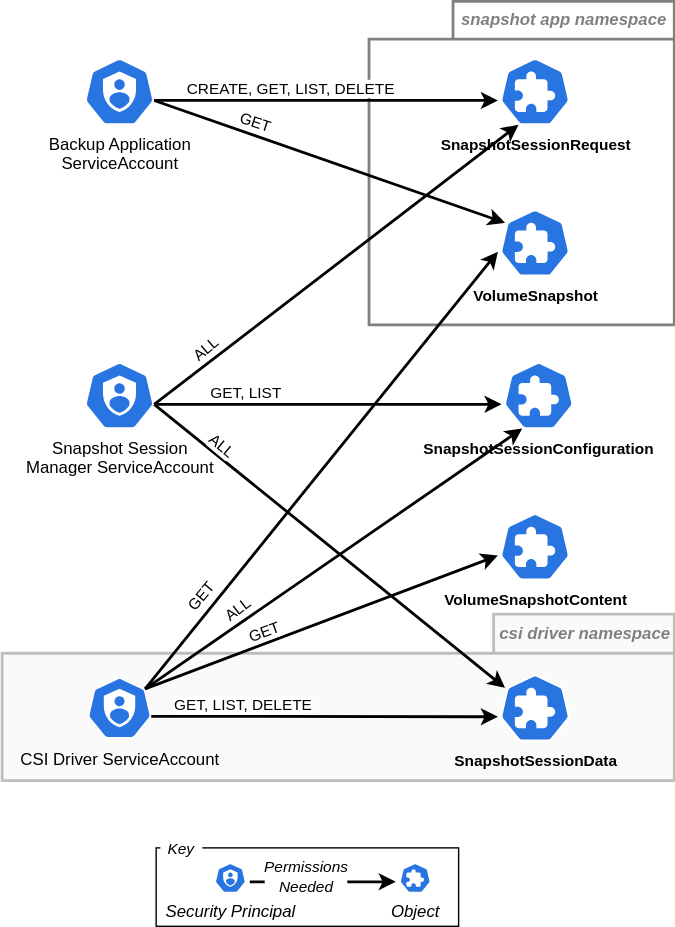
Earlier version of the draw.io export keps/sig-storage/3314-csi-changed-block-tracking/perms.drawio.svg (kubernetes/enhancements). Source tidied: cells renumbered, new cells last; positions are measured from the earlier drawing's top-left corner, leaving out a move shared by most shapes.
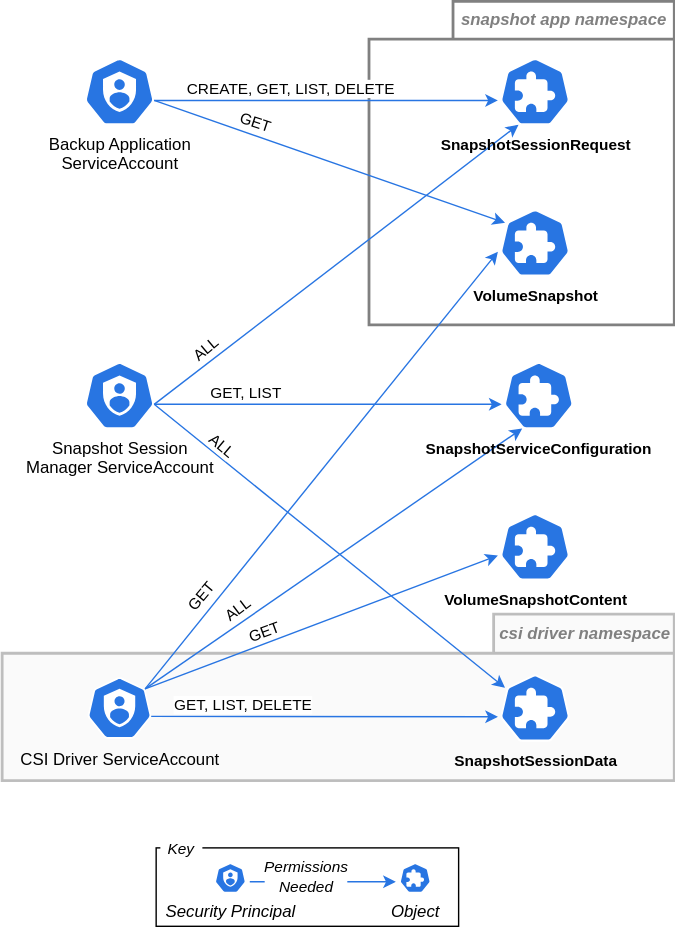
Later version of the same file.

Commit message:
Fixed typo in perms figure.

What changed in the source:
```diff
@@ -32,7 +32,7 @@
     <mxCell id="9" value="Snapshot Session&amp;nbsp;&lt;br&gt;Manager ServiceAccount" style="html=1;dashed=0;whitespace=wrap;fillColor=#2875E2;strokeColor=#ffffff;points=[[0.005,0.63,0],[0.1,0.2,0],[0.9,0.2,0],[0.5,0,0],[0.995,0.63,0],[0.72,0.99,0],[0.5,1,0],[0.28,0.99,0]];verticalLabelPosition=bottom;align=center;verticalAlign=top;shape=mxgraph.kubernetes.icon;prIcon=sa;" parent="1" vertex="1">
       <mxGeometry x="58.8" y="291" width="50" height="48" as="geometry" />
     </mxCell>
-    <mxCell id="10" style="edgeStyle=none;sketch=0;html=1;exitX=0.995;exitY=0.63;exitDx=0;exitDy=0;exitPerimeter=0;entryX=0.1;entryY=0.2;entryDx=0;entryDy=0;entryPerimeter=0;strokeWidth=2;" parent="1" edge="1" source="9" target="31">
+    <mxCell id="10" style="edgeStyle=none;sketch=0;html=1;exitX=0.995;exitY=0.63;exitDx=0;exitDy=0;exitPerimeter=0;entryX=0.1;entryY=0.2;entryDx=0;entryDy=0;entryPerimeter=0;strokeWidth=1;strokeColor=#2875E2;" parent="1" edge="1" source="9" target="31">
       <mxGeometry relative="1" as="geometry" />
     </mxCell>
     <mxCell id="11" value="ALL" style="edgeLabel;html=1;align=center;verticalAlign=middle;rotation=40;" parent="10" vertex="1">
@@ -40,7 +40,7 @@
         <mxPoint x="-14" y="-19" as="offset" />
       </mxGeometry>
     </mxCell>
-    <mxCell id="12" style="edgeStyle=none;sketch=0;html=1;exitX=0.995;exitY=0.63;exitDx=0;exitDy=0;exitPerimeter=0;entryX=0.005;entryY=0.63;entryDx=0;entryDy=0;entryPerimeter=0;strokeWidth=2;" parent="1" edge="1" source="9" target="32">
+    <mxCell id="12" style="edgeStyle=none;sketch=0;html=1;exitX=0.995;exitY=0.63;exitDx=0;exitDy=0;exitPerimeter=0;entryX=0.005;entryY=0.63;entryDx=0;entryDy=0;entryPerimeter=0;strokeWidth=1;strokeColor=#2875E2;" parent="1" edge="1" source="9" target="32">
       <mxGeometry relative="1" as="geometry" />
     </mxCell>
     <mxCell id="13" value="GET, LIST" style="edgeLabel;html=1;align=center;verticalAlign=middle;rotation=0;" parent="12" vertex="1">
@@ -48,7 +48,7 @@
         <mxPoint x="-17" y="-8" as="offset" />
       </mxGeometry>
     </mxCell>
-    <mxCell id="14" style="edgeStyle=none;sketch=0;html=1;exitX=0.995;exitY=0.63;exitDx=0;exitDy=0;exitPerimeter=0;entryX=0.28;entryY=0.99;entryDx=0;entryDy=0;entryPerimeter=0;strokeWidth=2;" parent="1" edge="1" source="9" target="28">
+    <mxCell id="14" style="edgeStyle=none;sketch=0;html=1;exitX=0.995;exitY=0.63;exitDx=0;exitDy=0;exitPerimeter=0;entryX=0.28;entryY=0.99;entryDx=0;entryDy=0;entryPerimeter=0;strokeWidth=1;strokeColor=#2875E2;" parent="1" edge="1" source="9" target="28">
       <mxGeometry relative="1" as="geometry" />
     </mxCell>
     <mxCell id="15" value="ALL" style="edgeLabel;html=1;align=center;verticalAlign=middle;rotation=-40;" parent="14" vertex="1">
@@ -59,7 +59,7 @@
     <mxCell id="16" value="Backup Application&lt;br&gt;ServiceAccount" style="html=1;dashed=0;whitespace=wrap;fillColor=#2875E2;strokeColor=#ffffff;points=[[0.005,0.63,0],[0.1,0.2,0],[0.9,0.2,0],[0.5,0,0],[0.995,0.63,0],[0.72,0.99,0],[0.5,1,0],[0.28,0.99,0]];verticalLabelPosition=bottom;align=center;verticalAlign=top;shape=mxgraph.kubernetes.icon;prIcon=sa;" parent="1" vertex="1">
       <mxGeometry x="58.8" y="74" width="50" height="48" as="geometry" />
     </mxCell>
-    <mxCell id="17" style="edgeStyle=none;sketch=0;html=1;exitX=0.995;exitY=0.63;exitDx=0;exitDy=0;exitPerimeter=0;entryX=0.005;entryY=0.63;entryDx=0;entryDy=0;entryPerimeter=0;strokeWidth=2;" parent="1" edge="1" source="16" target="28">
+    <mxCell id="17" style="edgeStyle=none;sketch=0;html=1;exitX=0.995;exitY=0.63;exitDx=0;exitDy=0;exitPerimeter=0;entryX=0.005;entryY=0.63;entryDx=0;entryDy=0;entryPerimeter=0;strokeWidth=1;strokeColor=#2875E2;" parent="1" edge="1" source="16" target="28">
       <mxGeometry relative="1" as="geometry" />
     </mxCell>
     <mxCell id="18" value="CREATE, GET, LIST, DELETE" style="edgeLabel;html=1;align=center;verticalAlign=middle;" parent="17" vertex="1">
@@ -67,7 +67,7 @@
         <mxPoint x="20" y="-7" as="offset" />
       </mxGeometry>
     </mxCell>
-    <mxCell id="19" style="edgeStyle=none;sketch=0;html=1;exitX=0.995;exitY=0.63;exitDx=0;exitDy=0;exitPerimeter=0;entryX=0.1;entryY=0.2;entryDx=0;entryDy=0;entryPerimeter=0;strokeWidth=2;" parent="1" edge="1" source="16" target="4">
+    <mxCell id="19" style="edgeStyle=none;sketch=0;html=1;exitX=0.995;exitY=0.63;exitDx=0;exitDy=0;exitPerimeter=0;entryX=0.1;entryY=0.2;entryDx=0;entryDy=0;entryPerimeter=0;strokeWidth=1;strokeColor=#2875E2;" parent="1" edge="1" source="16" target="4">
       <mxGeometry relative="1" as="geometry" />
     </mxCell>
     <mxCell id="20" value="GET" style="edgeLabel;html=1;align=center;verticalAlign=middle;rotation=18;" parent="19" vertex="1">
@@ -80,7 +80,7 @@
         <mxPoint x="84" y="-0.4" as="targetPoint" />
       </mxGeometry>
     </mxCell>
-    <mxCell id="22" style="edgeStyle=none;sketch=0;html=1;entryX=0.28;entryY=0.99;entryDx=0;entryDy=0;entryPerimeter=0;strokeWidth=2;exitX=0.9;exitY=0.2;exitDx=0;exitDy=0;exitPerimeter=0;" parent="1" edge="1" source="7" target="32">
+    <mxCell id="22" style="edgeStyle=none;sketch=0;html=1;entryX=0.28;entryY=0.99;entryDx=0;entryDy=0;entryPerimeter=0;strokeWidth=1;exitX=0.9;exitY=0.2;exitDx=0;exitDy=0;exitPerimeter=0;strokeColor=#2875E2;" parent="1" edge="1" source="7" target="32">
       <mxGeometry relative="1" as="geometry" />
     </mxCell>
     <mxCell id="23" value="ALL" style="edgeLabel;html=1;align=center;verticalAlign=middle;rotation=323;" parent="22" vertex="1">
@@ -88,7 +88,7 @@
         <mxPoint x="21" y="-26" as="offset" />
       </mxGeometry>
     </mxCell>
-    <mxCell id="24" style="edgeStyle=none;sketch=0;html=1;exitX=0.9;exitY=0.2;exitDx=0;exitDy=0;exitPerimeter=0;entryX=0.005;entryY=0.63;entryDx=0;entryDy=0;entryPerimeter=0;strokeWidth=2;" parent="1" edge="1" source="7" target="33">
+    <mxCell id="24" style="edgeStyle=none;sketch=0;html=1;exitX=0.9;exitY=0.2;exitDx=0;exitDy=0;exitPerimeter=0;entryX=0.005;entryY=0.63;entryDx=0;entryDy=0;entryPerimeter=0;strokeWidth=1;strokeColor=#2875E2;" parent="1" edge="1" source="7" target="33">
       <mxGeometry relative="1" as="geometry" />
     </mxCell>
     <mxCell id="25" value="GET" style="edgeLabel;html=1;align=center;verticalAlign=middle;rotation=340;" parent="24" vertex="1">
@@ -96,7 +96,7 @@
         <mxPoint x="59" y="-27" as="offset" />
       </mxGeometry>
     </mxCell>
-    <mxCell id="26" style="edgeStyle=none;sketch=0;html=1;exitX=0.9;exitY=0.2;exitDx=0;exitDy=0;exitPerimeter=0;entryX=0.005;entryY=0.63;entryDx=0;entryDy=0;entryPerimeter=0;strokeWidth=2;" parent="1" edge="1" source="7" target="4">
+    <mxCell id="26" style="edgeStyle=none;sketch=0;html=1;exitX=0.9;exitY=0.2;exitDx=0;exitDy=0;exitPerimeter=0;entryX=0.005;entryY=0.63;entryDx=0;entryDy=0;entryPerimeter=0;strokeWidth=1;strokeColor=#2875E2;" parent="1" edge="1" source="7" target="4">
       <mxGeometry relative="1" as="geometry" />
     </mxCell>
     <mxCell id="27" value="GET" style="edgeLabel;html=1;align=center;verticalAlign=middle;rotation=310;" parent="26" vertex="1">
@@ -107,7 +107,7 @@
     <mxCell id="28" value="&lt;b&gt;&lt;font style=&quot;font-size: 11px;&quot;&gt;SnapshotSessionRequest&lt;/font&gt;&lt;/b&gt;" style="html=1;dashed=0;whitespace=wrap;fillColor=#2875E2;strokeColor=#ffffff;points=[[0.005,0.63,0],[0.1,0.2,0],[0.9,0.2,0],[0.5,0,0],[0.995,0.63,0],[0.72,0.99,0],[0.5,1,0],[0.28,0.99,0]];verticalLabelPosition=bottom;align=center;verticalAlign=top;shape=mxgraph.kubernetes.icon;prIcon=crd;fontColor=#000000;" parent="1" vertex="1">
       <mxGeometry x="353.8" y="74" width="53.6" height="48" as="geometry" />
     </mxCell>
-    <mxCell id="29" style="edgeStyle=none;sketch=0;html=1;exitX=0.995;exitY=0.63;exitDx=0;exitDy=0;exitPerimeter=0;entryX=0.005;entryY=0.63;entryDx=0;entryDy=0;entryPerimeter=0;strokeWidth=2;" parent="1" edge="1" source="7" target="31">
+    <mxCell id="29" style="edgeStyle=none;sketch=0;html=1;exitX=0.995;exitY=0.63;exitDx=0;exitDy=0;exitPerimeter=0;entryX=0.005;entryY=0.63;entryDx=0;entryDy=0;entryPerimeter=0;strokeWidth=1;strokeColor=#2875E2;" parent="1" edge="1" source="7" target="31">
       <mxGeometry relative="1" as="geometry" />
     </mxCell>
     <mxCell id="30" value="GET, LIST, DELETE" style="edgeLabel;html=1;align=center;verticalAlign=middle;" parent="29" vertex="1">
@@ -118,7 +118,7 @@
     <mxCell id="31" value="&lt;b&gt;&lt;font style=&quot;font-size: 11px;&quot;&gt;SnapshotSessionData&lt;/font&gt;&lt;/b&gt;" style="html=1;dashed=0;whitespace=wrap;fillColor=#2875E2;strokeColor=#ffffff;points=[[0.005,0.63,0],[0.1,0.2,0],[0.9,0.2,0],[0.5,0,0],[0.995,0.63,0],[0.72,0.99,0],[0.5,1,0],[0.28,0.99,0]];verticalLabelPosition=bottom;align=center;verticalAlign=top;shape=mxgraph.kubernetes.icon;prIcon=crd;fontColor=#000000;" parent="1" vertex="1">
       <mxGeometry x="353.8" y="514.1" width="53.6" height="48" as="geometry" />
     </mxCell>
-    <mxCell id="32" value="&lt;b&gt;&lt;font style=&quot;font-size: 11px;&quot;&gt;SnapshotSessionConfiguration&lt;/font&gt;&lt;/b&gt;" style="html=1;dashed=0;whitespace=wrap;fillColor=#2875E2;strokeColor=#ffffff;points=[[0.005,0.63,0],[0.1,0.2,0],[0.9,0.2,0],[0.5,0,0],[0.995,0.63,0],[0.72,0.99,0],[0.5,1,0],[0.28,0.99,0]];verticalLabelPosition=bottom;align=center;verticalAlign=top;shape=mxgraph.kubernetes.icon;prIcon=crd;fontColor=#000000;" parent="1" vertex="1">
+    <mxCell id="32" value="&lt;b&gt;&lt;font style=&quot;font-size: 11px;&quot;&gt;SnapshotServiceConfiguration&lt;/font&gt;&lt;/b&gt;" style="html=1;dashed=0;whitespace=wrap;fillColor=#2875E2;strokeColor=#ffffff;points=[[0.005,0.63,0],[0.1,0.2,0],[0.9,0.2,0],[0.5,0,0],[0.995,0.63,0],[0.72,0.99,0],[0.5,1,0],[0.28,0.99,0]];verticalLabelPosition=bottom;align=center;verticalAlign=top;shape=mxgraph.kubernetes.icon;prIcon=crd;fontColor=#000000;" parent="1" vertex="1">
       <mxGeometry x="356.4" y="291" width="53.6" height="48" as="geometry" />
     </mxCell>
     <mxCell id="33" value="&lt;b&gt;&lt;font style=&quot;font-size: 11px;&quot;&gt;VolumeSnapshotContent&lt;/font&gt;&lt;/b&gt;" style="html=1;dashed=0;whitespace=wrap;fillColor=#2875E2;strokeColor=#ffffff;points=[[0.005,0.63,0],[0.1,0.2,0],[0.9,0.2,0],[0.5,0,0],[0.995,0.63,0],[0.72,0.99,0],[0.5,1,0],[0.28,0.99,0]];verticalLabelPosition=bottom;align=center;verticalAlign=top;shape=mxgraph.kubernetes.icon;prIcon=crd;fontColor=#000000;" parent="1" vertex="1">
@@ -136,7 +136,7 @@
     <mxCell id="37" value="&lt;i&gt;Object&lt;/i&gt;" style="html=1;dashed=0;whitespace=wrap;fillColor=#2875E2;strokeColor=#ffffff;points=[[0.005,0.63,0],[0.1,0.2,0],[0.9,0.2,0],[0.5,0,0],[0.995,0.63,0],[0.72,0.99,0],[0.5,1,0],[0.28,0.99,0]];verticalLabelPosition=bottom;align=center;verticalAlign=top;shape=mxgraph.kubernetes.icon;prIcon=crd;fontColor=#000000;" parent="34" vertex="1">
       <mxGeometry x="171" y="29" width="28" height="21" as="geometry" />
     </mxCell>
-    <mxCell id="38" style="edgeStyle=none;sketch=0;html=1;strokeWidth=2;exitX=0.995;exitY=0.63;exitDx=0;exitDy=0;exitPerimeter=0;entryX=0.005;entryY=0.63;entryDx=0;entryDy=0;entryPerimeter=0;" parent="34" edge="1" source="40" target="37">
+    <mxCell id="38" style="edgeStyle=none;sketch=0;html=1;strokeWidth=1;exitX=0.995;exitY=0.63;exitDx=0;exitDy=0;exitPerimeter=0;entryX=0.005;entryY=0.63;entryDx=0;entryDy=0;entryPerimeter=0;strokeColor=#2875E2;" parent="34" edge="1" source="40" target="37">
       <mxGeometry relative="1" as="geometry" />
     </mxCell>
     <mxCell id="39" value="&lt;i&gt;Permissions&lt;br&gt;Needed&lt;br&gt;&lt;/i&gt;" style="edgeLabel;html=1;align=center;verticalAlign=middle;rotation=0;" parent="38" vertex="1">
```
